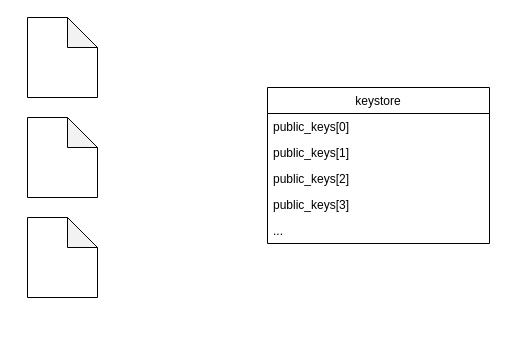
This is key.drawio from sju0924/sju0924, a draw.io file, before an edit. Source tidied: cells renumbered, new cells numbered last; positions are measured from the earlier drawing's top-left corner, leaving out a move shared by most shapes. Both pictures are drawn from the tidied source at 100%, with x=0, y=0 at pixel (27, 17).
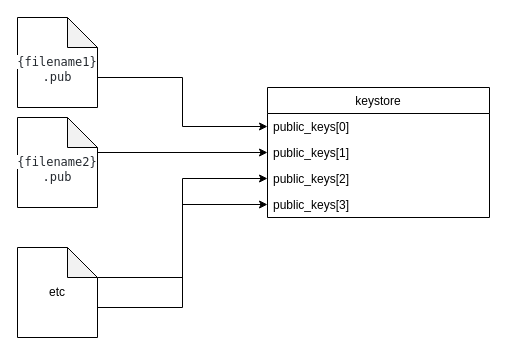
Above is the later version.

What changed in the source:
```diff
@@
 <mxGraphModel>
   <root>
     <mxCell id="0" />
     <mxCell id="1" parent="0" />
     <mxCell id="2" value="keystore" style="swimlane;fontStyle=0;horizontal=1;startSize=26;fillColor=none;" parent="1" vertex="1">
-      <mxGeometry x="240" y="70" width="222" height="156" as="geometry" />
+      <mxGeometry x="240" y="70" width="222" height="130" as="geometry" />
     </mxCell>
     <mxCell id="3" value="public_keys[0]" style="text;strokeColor=none;fillColor=none;align=left;verticalAlign=top;spacingLeft=4;spacingRight=4;overflow=hidden;points=[[0,0.5],[1,0.5]];portConstraint=eastwest;" parent="2" vertex="1">
       <mxGeometry y="26" width="222" height="26" as="geometry" />
     </mxCell>
     <mxCell id="4" value="public_keys[1]" style="text;strokeColor=none;fillColor=none;align=left;verticalAlign=top;spacingLeft=4;spacingRight=4;overflow=hidden;points=[[0,0.5],[1,0.5]];portConstraint=eastwest;" parent="2" vertex="1">
       <mxGeometry y="52" width="222" height="26" as="geometry" />
     </mxCell>
     <mxCell id="5" value="public_keys[2]&#10;" style="text;strokeColor=none;fillColor=none;align=left;verticalAlign=top;spacingLeft=4;spacingRight=4;overflow=hidden;points=[[0,0.5],[1,0.5]];portConstraint=eastwest;" parent="2" vertex="1">
       <mxGeometry y="78" width="222" height="26" as="geometry" />
     </mxCell>
     <mxCell id="6" value="public_keys[3]&#10;" style="text;strokeColor=none;fillColor=none;align=left;verticalAlign=top;spacingLeft=4;spacingRight=4;overflow=hidden;points=[[0,0.5],[1,0.5]];portConstraint=eastwest;" parent="2" vertex="1">
       <mxGeometry y="104" width="222" height="26" as="geometry" />
     </mxCell>
-    <mxCell id="7" value="..." style="text;strokeColor=none;fillColor=none;align=left;verticalAlign=top;spacingLeft=4;spacingRight=4;overflow=hidden;" parent="2" vertex="1">
-      <mxGeometry y="130" width="222" height="26" as="geometry" />
-    </mxCell>
+    <mxCell id="11" style="edgeStyle=orthogonalEdgeStyle;rounded=0;jettySize=auto;html=1;exitX=0;exitY=0;exitDx=80;exitDy=60;exitPerimeter=0;entryX=0;entryY=0.5;entryDx=0;entryDy=0;" parent="1" edge="1" source="8" target="3">
+      <mxGeometry relative="1" as="geometry" />
+    </mxCell>
-    <mxCell id="8" style="shape=note;whiteSpace=wrap;html=1;backgroundOutline=1;darkOpacity=0.05;" parent="1" vertex="1">
-      <mxGeometry width="70" height="80" as="geometry" />
+    <mxCell id="8" value="&lt;br&gt;&lt;span style=&quot;color: rgb(36, 41, 47); font-family: ui-monospace, SFMono-Regular, &amp;quot;SF Mono&amp;quot;, Menlo, Consolas, &amp;quot;Liberation Mono&amp;quot;, monospace; font-size: 12px; font-style: normal; font-variant-ligatures: normal; font-variant-caps: normal; font-weight: 400; letter-spacing: normal; orphans: 2; text-align: start; text-indent: 0px; text-transform: none; widows: 2; word-spacing: 0px; -webkit-text-stroke-width: 0px; background-color: rgb(255, 255, 255); text-decoration-thickness: initial; text-decoration-style: initial; text-decoration-color: initial; float: none; display: inline !important;&quot;&gt;{filename1}&lt;br&gt;.pub&lt;/span&gt;&lt;br&gt;" style="shape=note;whiteSpace=wrap;html=1;backgroundOutline=1;darkOpacity=0.05;" parent="1" vertex="1">
+      <mxGeometry x="-10" width="80" height="90" as="geometry" />
     </mxCell>
+    <mxCell id="12" style="edgeStyle=orthogonalEdgeStyle;rounded=0;jettySize=auto;html=1;exitX=0;exitY=0;exitDx=80;exitDy=60;exitPerimeter=0;entryX=0;entryY=0.5;entryDx=0;entryDy=0;" parent="1" edge="1" source="9" target="4">
+      <mxGeometry relative="1" as="geometry">
+        <Array as="points">
+          <mxPoint x="70" y="135" />
+        </Array>
+      </mxGeometry>
+    </mxCell>
-    <mxCell id="9" style="shape=note;whiteSpace=wrap;html=1;backgroundOutline=1;darkOpacity=0.05;" parent="1" vertex="1">
-      <mxGeometry y="100" width="70" height="80" as="geometry" />
+    <mxCell id="9" value="&lt;br&gt;&lt;span style=&quot;color: rgb(36, 41, 47); font-family: ui-monospace, SFMono-Regular, &amp;quot;SF Mono&amp;quot;, Menlo, Consolas, &amp;quot;Liberation Mono&amp;quot;, monospace; text-align: start; background-color: rgb(255, 255, 255);&quot;&gt;{filename2}&lt;br&gt;.pub&lt;/span&gt;" style="shape=note;whiteSpace=wrap;html=1;backgroundOutline=1;darkOpacity=0.05;" parent="1" vertex="1">
+      <mxGeometry x="-10" y="100" width="80" height="90" as="geometry" />
     </mxCell>
+    <mxCell id="13" style="edgeStyle=orthogonalEdgeStyle;rounded=0;jettySize=auto;html=1;exitX=0;exitY=0;exitDx=80;exitDy=30;exitPerimeter=0;entryX=0;entryY=0.5;entryDx=0;entryDy=0;" parent="1" edge="1" source="10" target="5">
+      <mxGeometry relative="1" as="geometry" />
+    </mxCell>
+    <mxCell id="14" style="edgeStyle=orthogonalEdgeStyle;rounded=0;jettySize=auto;html=1;exitX=0;exitY=0;exitDx=80;exitDy=60;exitPerimeter=0;entryX=0;entryY=0.5;entryDx=0;entryDy=0;" parent="1" edge="1" source="10" target="6">
+      <mxGeometry relative="1" as="geometry" />
+    </mxCell>
-    <mxCell id="10" style="shape=note;whiteSpace=wrap;html=1;backgroundOutline=1;darkOpacity=0.05;" parent="1" vertex="1">
-      <mxGeometry y="200" width="70" height="80" as="geometry" />
+    <mxCell id="10" value="etc" style="shape=note;whiteSpace=wrap;html=1;backgroundOutline=1;darkOpacity=0.05;" parent="1" vertex="1">
+      <mxGeometry x="-10" y="230" width="80" height="90" as="geometry" />
     </mxCell>
   </root>
 </mxGraphModel>
```
